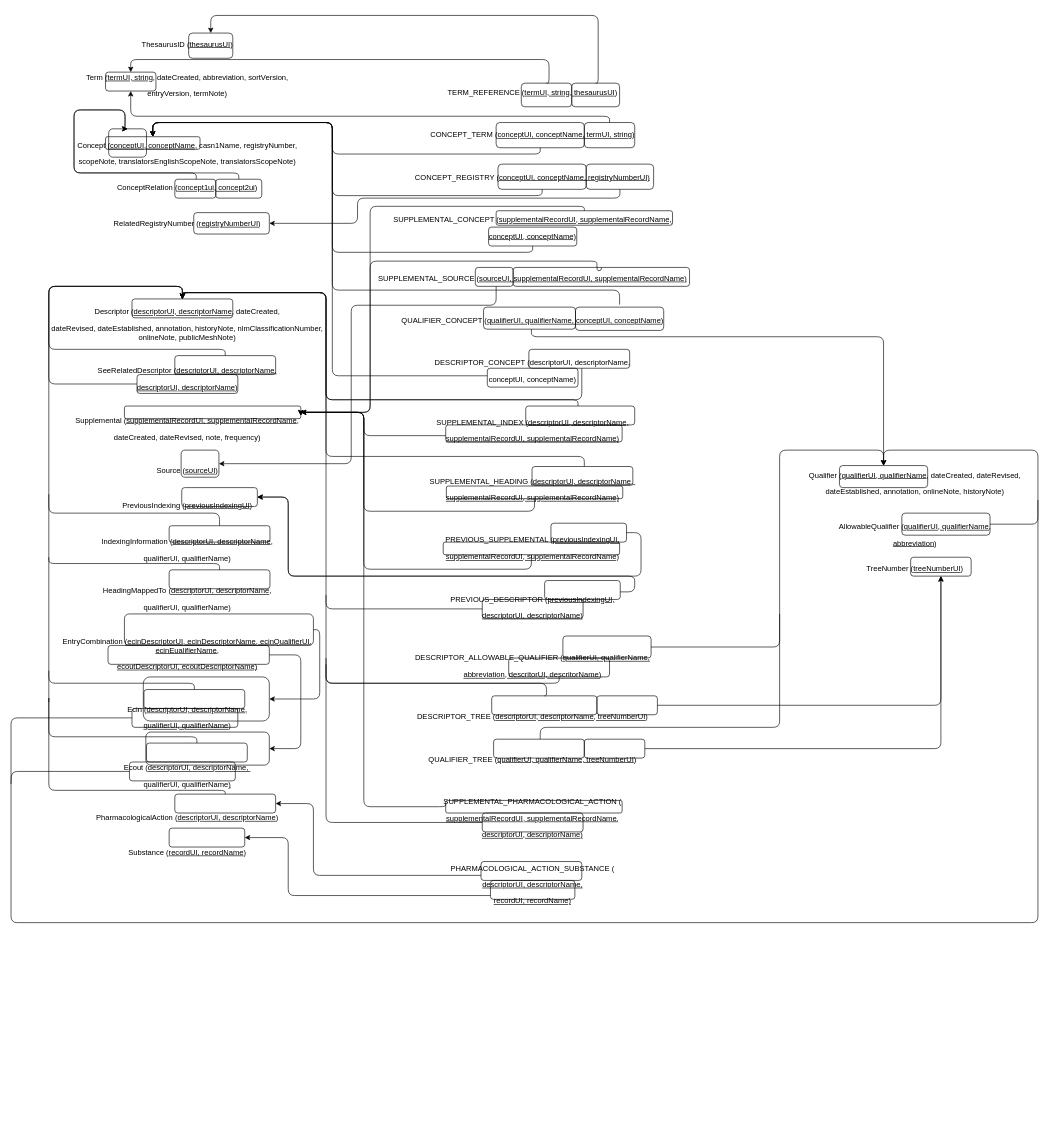
Above: Untitled Diagram.drawio in bortoletti-giorgia/Dati-MeSH-in-Neo4j (draw.io), before the change. Source tidied: cells renumbered, new cells numbered last; positions are measured from the earlier drawing's top-left corner, leaving out a move shared by most shapes. Both pictures are drawn from the tidied source at 63%, with x=0, y=0 at pixel (11, 15).
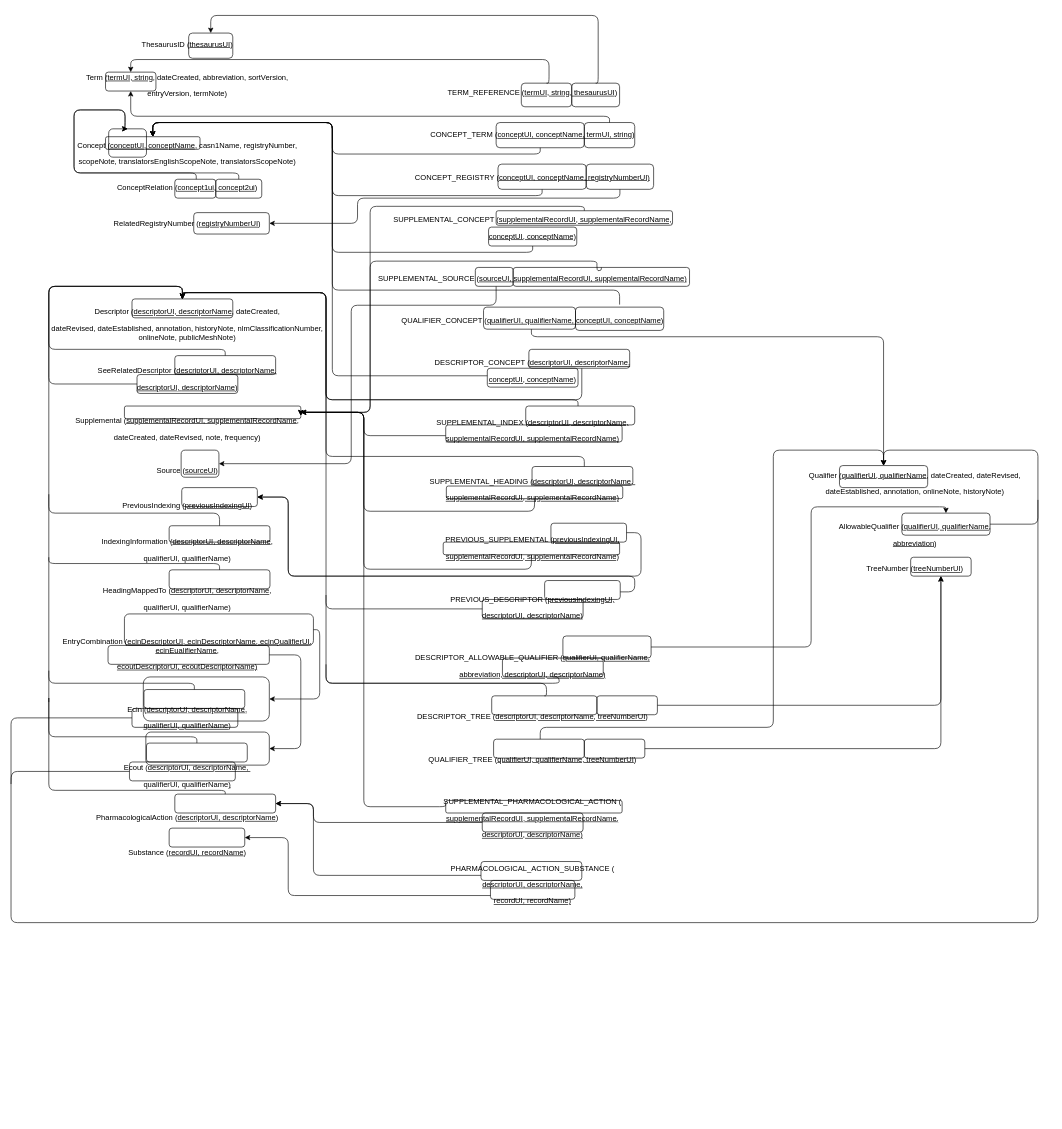
The same diagram, later.

The change refers to these unchanged cells:
```xml
<mxCell id="44" style="rounded=1;whiteSpace=wrap;html=1;fillColor=none;" parent="1" vertex="1">
  <mxGeometry x="1315" y="714.5" width="140" height="35" as="geometry" />
</mxCell>
<mxCell id="58" style="rounded=1;whiteSpace=wrap;html=1;fillColor=none;" parent="1" vertex="1">
  <mxGeometry x="260" y="1236" width="160" height="30" as="geometry" />
</mxCell>
<mxCell id="73" style="rounded=1;whiteSpace=wrap;html=1;fillColor=none;" parent="1" vertex="1">
  <mxGeometry x="748" y="1266" width="160" height="30" as="geometry" />
</mxCell>
<mxCell id="77" style="rounded=1;whiteSpace=wrap;html=1;fillColor=none;" parent="1" vertex="1">
  <mxGeometry x="876" y="985" width="140" height="35" as="geometry" />
</mxCell>
<mxCell id="80" style="rounded=1;whiteSpace=wrap;html=1;fillColor=none;" parent="1" vertex="1">
  <mxGeometry x="1414" y="790" width="140" height="35" as="geometry" />
</mxCell>
```

The edit, as a diff of the source:
```diff
@@
-    <mxCell id="4" value="&lt;p class=&quot;MsoNormal&quot;&gt;TERM_REFERENCE (&lt;u&gt;termUI, string, thesaurusUI&lt;/u&gt;)&lt;/p&gt;&lt;br&gt;&lt;br&gt;&lt;p class=&quot;MsoNormal&quot;&gt;CONCEPT_TERM (&lt;u&gt;conceptUI, conceptName, termUI, string&lt;/u&gt;)&lt;/p&gt;&lt;br&gt;&lt;br&gt;&lt;p class=&quot;MsoNormal&quot;&gt;CONCEPT_REGISTRY (&lt;u&gt;conceptUI, conceptName, registryNumberUI)&lt;/u&gt;&lt;/p&gt;&lt;br&gt;&lt;br&gt;&lt;p class=&quot;MsoNormal&quot;&gt;SUPPLEMENTAL_CONCEPT (&lt;u&gt;supplementalRecordUI, supplementalRecordName,&lt;/u&gt;&lt;/p&gt;&lt;p class=&quot;MsoNormal&quot;&gt;&lt;u&gt;conceptUI, conceptName)&lt;/u&gt;&lt;/p&gt;&lt;br&gt;&lt;br&gt;&lt;p class=&quot;MsoNormal&quot;&gt;SUPPLEMENTAL_SOURCE (&lt;u&gt;sourceUI, supplementalRecordUI, supplementalRecordName)&lt;/u&gt;&lt;/p&gt;&lt;br&gt;&lt;br&gt;&lt;p class=&quot;MsoNormal&quot;&gt;QUALIFIER_CONCEPT (&lt;u&gt;qualifierUI, qualifierName, conceptUI, conceptName&lt;/u&gt;)&lt;/p&gt;&lt;br&gt;&lt;br&gt;&lt;p class=&quot;MsoNormal&quot;&gt;DESCRIPTOR_CONCEPT (descriptorUI, descriptorName,&lt;/p&gt;&lt;p class=&quot;MsoNormal&quot;&gt;conceptUI, conceptName)&lt;/p&gt;&lt;br&gt;&lt;br&gt;&lt;p class=&quot;MsoNormal&quot;&gt;SUPPLEMENTAL_INDEX (&lt;u&gt;descriptorUI, descriptorName,&lt;/u&gt;&lt;/p&gt;&lt;p class=&quot;MsoNormal&quot;&gt;&lt;u&gt;supplementalRecordUI, supplementalRecordName)&lt;/u&gt;&lt;/p&gt;&lt;br&gt;&lt;br&gt;&lt;p class=&quot;MsoNormal&quot;&gt;SUPPLEMENTAL_HEADING (&lt;u&gt;descriptorUI, descriptorName,&amp;nbsp;&lt;/u&gt;&lt;/p&gt;&lt;p class=&quot;MsoNormal&quot;&gt;&lt;u&gt;supplementalRecordUI, supplementalRecordName)&lt;/u&gt;&lt;/p&gt;&lt;br&gt;&lt;br&gt;&lt;p class=&quot;MsoNormal&quot;&gt;PREVIOUS_SUPPLEMENTAL (&lt;u&gt;previousIndexingUI,&lt;/u&gt;&lt;/p&gt;&lt;p class=&quot;MsoNormal&quot;&gt;&lt;u&gt;supplementalRecordUI, supplementalRecordName)&lt;/u&gt;&lt;/p&gt;&lt;br&gt;&lt;br&gt;&lt;p class=&quot;MsoNormal&quot;&gt;PREVIOUS_DESCRIPTOR (&lt;u&gt;previousIndexingUI,&lt;/u&gt;&lt;/p&gt;&lt;p class=&quot;MsoNormal&quot;&gt;&lt;u&gt;descriptorUI, descriptorName)&lt;/u&gt;&lt;/p&gt;&lt;br&gt;&lt;br&gt;&lt;p class=&quot;MsoNormal&quot;&gt;DESCRIPTOR_ALLOWABLE_QUALIFIER (&lt;u&gt;qualifierUI, qualifierName,&lt;/u&gt;&lt;/p&gt;&lt;p class=&quot;MsoNormal&quot;&gt;&lt;u&gt;abbreviation, descritorUI, descritorName)&lt;/u&gt;&lt;/p&gt;&lt;br&gt;&lt;br&gt;&lt;p class=&quot;MsoNormal&quot;&gt;DESCRIPTOR_TREE (&lt;u&gt;descriptorUI, descriptorName, treeNumberUI&lt;/u&gt;)&lt;/p&gt;&lt;br&gt;&lt;br&gt;&lt;p class=&quot;MsoNormal&quot;&gt;QUALIFIER_TREE (&lt;u&gt;qualifierUI, qualifierName, treeNumberUI&lt;/u&gt;)&lt;/p&gt;&lt;br&gt;&lt;br&gt;&lt;p class=&quot;MsoNormal&quot;&gt;SUPPLEMENTAL_PHARMACOLOGICAL_ACTION (&lt;/p&gt;&lt;p class=&quot;MsoNormal&quot;&gt;&lt;u&gt;supplementalRecordUI, supplementalRecordName,&lt;/u&gt;&lt;/p&gt;&lt;p class=&quot;MsoNormal&quot;&gt;&lt;u&gt;descriptorUI, descriptorName)&lt;/u&gt;&lt;/p&gt;&lt;br&gt;&lt;p class=&quot;MsoNormal&quot;&gt;PHARMACOLOGICAL_ACTION_SUBSTANCE (&lt;/p&gt;&lt;p class=&quot;MsoNormal&quot;&gt;&lt;u&gt;descriptorUI, descriptorName,&lt;/u&gt;&lt;/p&gt;&lt;p class=&quot;MsoNormal&quot;&gt;&lt;u&gt;recordUI, recordName)&lt;/u&gt;&lt;/p&gt;" style="text;html=1;strokeColor=none;fillColor=none;align=center;verticalAlign=top;whiteSpace=wrap;rounded=0;" parent="1" vertex="1">
+    <mxCell id="4" value="&lt;p class=&quot;MsoNormal&quot;&gt;TERM_REFERENCE (&lt;u&gt;termUI, string, thesaurusUI&lt;/u&gt;)&lt;/p&gt;&lt;br&gt;&lt;br&gt;&lt;p class=&quot;MsoNormal&quot;&gt;CONCEPT_TERM (&lt;u&gt;conceptUI, conceptName, termUI, string&lt;/u&gt;)&lt;/p&gt;&lt;br&gt;&lt;br&gt;&lt;p class=&quot;MsoNormal&quot;&gt;CONCEPT_REGISTRY (&lt;u&gt;conceptUI, conceptName, registryNumberUI)&lt;/u&gt;&lt;/p&gt;&lt;br&gt;&lt;br&gt;&lt;p class=&quot;MsoNormal&quot;&gt;SUPPLEMENTAL_CONCEPT (&lt;u&gt;supplementalRecordUI, supplementalRecordName,&lt;/u&gt;&lt;/p&gt;&lt;p class=&quot;MsoNormal&quot;&gt;&lt;u&gt;conceptUI, conceptName)&lt;/u&gt;&lt;/p&gt;&lt;br&gt;&lt;br&gt;&lt;p class=&quot;MsoNormal&quot;&gt;SUPPLEMENTAL_SOURCE (&lt;u&gt;sourceUI, supplementalRecordUI, supplementalRecordName)&lt;/u&gt;&lt;/p&gt;&lt;br&gt;&lt;br&gt;&lt;p class=&quot;MsoNormal&quot;&gt;QUALIFIER_CONCEPT (&lt;u&gt;qualifierUI, qualifierName, conceptUI, conceptName&lt;/u&gt;)&lt;/p&gt;&lt;br&gt;&lt;br&gt;&lt;p class=&quot;MsoNormal&quot;&gt;DESCRIPTOR_CONCEPT (&lt;u&gt;descriptorUI, descriptorName,&lt;/u&gt;&lt;/p&gt;&lt;p class=&quot;MsoNormal&quot;&gt;&lt;u&gt;conceptUI, conceptName&lt;/u&gt;)&lt;/p&gt;&lt;br&gt;&lt;br&gt;&lt;p class=&quot;MsoNormal&quot;&gt;SUPPLEMENTAL_INDEX (&lt;u&gt;descriptorUI, descriptorName,&lt;/u&gt;&lt;/p&gt;&lt;p class=&quot;MsoNormal&quot;&gt;&lt;u&gt;supplementalRecordUI, supplementalRecordName)&lt;/u&gt;&lt;/p&gt;&lt;br&gt;&lt;br&gt;&lt;p class=&quot;MsoNormal&quot;&gt;SUPPLEMENTAL_HEADING (&lt;u&gt;descriptorUI, descriptorName,&amp;nbsp;&lt;/u&gt;&lt;/p&gt;&lt;p class=&quot;MsoNormal&quot;&gt;&lt;u&gt;supplementalRecordUI, supplementalRecordName)&lt;/u&gt;&lt;/p&gt;&lt;br&gt;&lt;br&gt;&lt;p class=&quot;MsoNormal&quot;&gt;PREVIOUS_SUPPLEMENTAL (&lt;u&gt;previousIndexingUI,&lt;/u&gt;&lt;/p&gt;&lt;p class=&quot;MsoNormal&quot;&gt;&lt;u&gt;supplementalRecordUI, supplementalRecordName)&lt;/u&gt;&lt;/p&gt;&lt;br&gt;&lt;br&gt;&lt;p class=&quot;MsoNormal&quot;&gt;PREVIOUS_DESCRIPTOR (&lt;u&gt;previousIndexingUI,&lt;/u&gt;&lt;/p&gt;&lt;p class=&quot;MsoNormal&quot;&gt;&lt;u&gt;descriptorUI, descriptorName)&lt;/u&gt;&lt;/p&gt;&lt;br&gt;&lt;br&gt;&lt;p class=&quot;MsoNormal&quot;&gt;DESCRIPTOR_ALLOWABLE_QUALIFIER (&lt;u&gt;qualifierUI, qualifierName,&lt;/u&gt;&lt;/p&gt;&lt;p class=&quot;MsoNormal&quot;&gt;&lt;u&gt;abbreviation, descriptorUI, descriptorName)&lt;/u&gt;&lt;/p&gt;&lt;br&gt;&lt;br&gt;&lt;p class=&quot;MsoNormal&quot;&gt;DESCRIPTOR_TREE (&lt;u&gt;descriptorUI, descriptorName, treeNumberUI&lt;/u&gt;)&lt;/p&gt;&lt;br&gt;&lt;br&gt;&lt;p class=&quot;MsoNormal&quot;&gt;QUALIFIER_TREE (&lt;u&gt;qualifierUI, qualifierName, treeNumberUI&lt;/u&gt;)&lt;/p&gt;&lt;br&gt;&lt;br&gt;&lt;p class=&quot;MsoNormal&quot;&gt;SUPPLEMENTAL_PHARMACOLOGICAL_ACTION (&lt;/p&gt;&lt;p class=&quot;MsoNormal&quot;&gt;&lt;u&gt;supplementalRecordUI, supplementalRecordName,&lt;/u&gt;&lt;/p&gt;&lt;p class=&quot;MsoNormal&quot;&gt;&lt;u&gt;descriptorUI, descriptorName)&lt;/u&gt;&lt;/p&gt;&lt;br&gt;&lt;p class=&quot;MsoNormal&quot;&gt;PHARMACOLOGICAL_ACTION_SUBSTANCE (&lt;/p&gt;&lt;p class=&quot;MsoNormal&quot;&gt;&lt;u&gt;descriptorUI, descriptorName,&lt;/u&gt;&lt;/p&gt;&lt;p class=&quot;MsoNormal&quot;&gt;&lt;u&gt;recordUI, recordName)&lt;/u&gt;&lt;/p&gt;" style="text;html=1;strokeColor=none;fillColor=none;align=center;verticalAlign=top;whiteSpace=wrap;rounded=0;" parent="1" vertex="1">
       <mxGeometry x="568" y="97" width="520" height="1310" as="geometry" />
     </mxCell>
@@
     <mxCell id="71" style="rounded=1;whiteSpace=wrap;html=1;fillColor=none;" parent="1" vertex="1">
-      <mxGeometry x="790" y="1020" width="160" height="30" as="geometry" />
+      <mxGeometry x="780" y="1020" width="160" height="30" as="geometry" />
     </mxCell>
@@
-    <mxCell id="75" style="endArrow=none;html=1;strokeColor=#000000;entryX=0;entryY=0.5;entryDx=0;entryDy=0;edgeStyle=orthogonalEdgeStyle;" parent="1" edge="1" target="73">
-      <mxGeometry relative="1" as="geometry">
-        <mxPoint x="500" y="1020" as="sourcePoint" />
-        <Array as="points">
-          <mxPoint x="500" y="1281" />
-        </Array>
-      </mxGeometry>
-    </mxCell>
-    <mxCell id="76" style="edgeStyle=orthogonalEdgeStyle;rounded=1;jettySize=auto;html=1;exitX=1;exitY=0.5;exitDx=0;exitDy=0;endArrow=classic;endFill=1;strokeColor=#000000;entryX=0.5;entryY=0;entryDx=0;entryDy=0;" parent="1" edge="1" source="77" target="44">
-      <mxGeometry relative="1" as="geometry">
-        <Array as="points">
-          <mxPoint x="1220" y="1003" />
-          <mxPoint x="1220" y="690" />
-          <mxPoint x="1385" y="690" />
-        </Array>
-      </mxGeometry>
-    </mxCell>
@@
-    <mxCell id="78" style="edgeStyle=orthogonalEdgeStyle;rounded=1;orthogonalLoop=1;jettySize=auto;html=1;exitX=0.5;exitY=0;exitDx=0;exitDy=0;endArrow=none;endFill=0;strokeColor=#000000;" parent="1" edge="1">
+    <mxCell id="78" style="edgeStyle=orthogonalEdgeStyle;rounded=1;jettySize=auto;html=1;exitX=0.5;exitY=0;exitDx=0;exitDy=0;endArrow=classic;endFill=1;strokeColor=#000000;entryX=0.5;entryY=0;entryDx=0;entryDy=0;" parent="1" edge="1" target="44">
       <mxGeometry relative="1" as="geometry">
         <mxPoint x="840" y="1148.8" as="sourcePoint" />
-        <mxPoint x="1220" y="950" as="targetPoint" />
         <Array as="points">
           <mxPoint x="840" y="1130" />
-          <mxPoint x="1220" y="1130" />
+          <mxPoint x="1210" y="1130" />
+          <mxPoint x="1210" y="690" />
+          <mxPoint x="1385" y="690" />
         </Array>
       </mxGeometry>
     </mxCell>
@@
+    <mxCell id="111" style="endArrow=classic;html=1;exitX=1;exitY=0.5;exitDx=0;exitDy=0;entryX=0.5;entryY=0;entryDx=0;entryDy=0;edgeStyle=orthogonalEdgeStyle;" parent="1" edge="1" source="77" target="80">
+      <mxGeometry relative="1" as="geometry">
+        <Array as="points">
+          <mxPoint x="1270" y="1003" />
+          <mxPoint x="1270" y="780" />
+          <mxPoint x="1484" y="780" />
+        </Array>
+      </mxGeometry>
+    </mxCell>
+    <mxCell id="112" style="endArrow=classic;html=1;exitX=0;exitY=0.5;exitDx=0;exitDy=0;entryX=1;entryY=0.5;entryDx=0;entryDy=0;edgeStyle=orthogonalEdgeStyle;" parent="1" edge="1" source="73" target="58">
+      <mxGeometry relative="1" as="geometry">
+        <Array as="points">
+          <mxPoint x="480" y="1281" />
+          <mxPoint x="480" y="1251" />
+        </Array>
+      </mxGeometry>
+    </mxCell>
```
